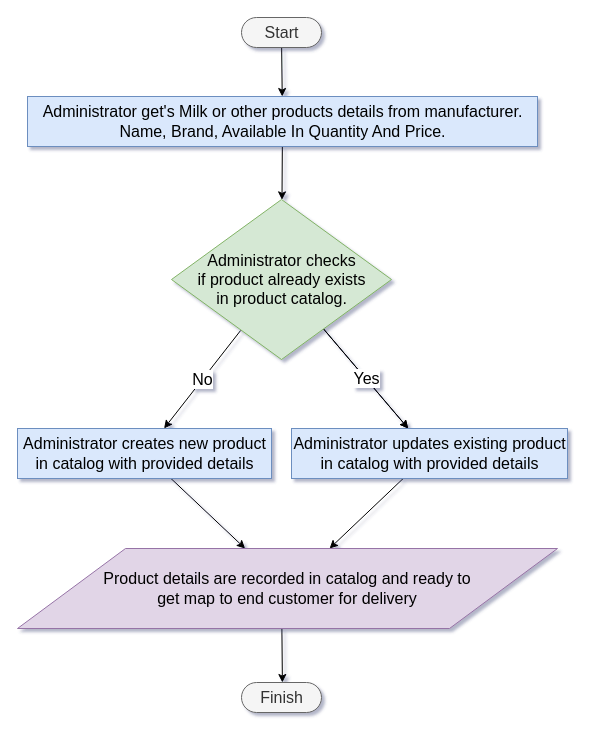
dudhwalas/dudhwala keeps this draw.io diagram as docs/diagram/product_creation_process.drawio. Above is the earlier version. Source tidied: cells renumbered, new cells numbered last; positions are measured from the earlier drawing's top-left corner, leaving out a move shared by most shapes. Both pictures are drawn from the tidied source at 100%, with x=0, y=0 at pixel (17, 17).
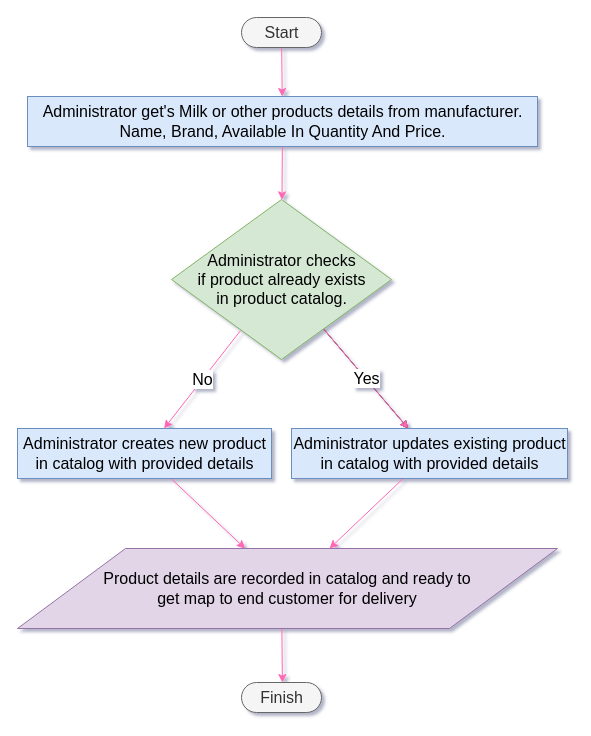
After the change.

Change to the diagram source:
```diff
@@
 <mxGraphModel shadow="1">
   <root>
     <mxCell id="0" />
     <mxCell id="1" parent="0" />
-    <mxCell id="2" style="edgeStyle=none;html=1;fontSize=16;rounded=0;" parent="1" edge="1" source="3" target="5">
+    <mxCell id="2" style="edgeStyle=none;html=1;fontSize=16;rounded=0;strokeColor=#FF66B3;" parent="1" edge="1" source="3" target="5">
       <mxGeometry relative="1" as="geometry" />
     </mxCell>
     <mxCell id="3" value="&lt;font style=&quot;font-size: 16px;&quot;&gt;Start&lt;/font&gt;" style="html=1;dashed=0;whitespace=wrap;shape=mxgraph.dfd.start;fillColor=#f5f5f5;fontColor=#333333;strokeColor=#666666;fontSize=16;rounded=0;" parent="1" vertex="1">
       <mxGeometry x="224" width="80" height="30" as="geometry" />
     </mxCell>
-    <mxCell id="4" style="edgeStyle=none;html=1;fontSize=16;rounded=0;" parent="1" edge="1" source="5" target="9">
+    <mxCell id="4" style="edgeStyle=none;html=1;fontSize=16;rounded=0;strokeColor=#FF66B3;" parent="1" edge="1" source="5" target="9">
       <mxGeometry relative="1" as="geometry" />
     </mxCell>
     <mxCell id="5" value="&lt;span class=&quot;nodeLabel&quot; style=&quot;font-size: 16px;&quot;&gt;Administrator get's Milk or other products details from manufacturer. &lt;br style=&quot;font-size: 16px;&quot;&gt; Name, Brand, Available In Quantity And Price.&lt;/span&gt;" style="html=1;dashed=0;whitespace=wrap;fillColor=#dae8fc;strokeColor=#6c8ebf;fontSize=16;rounded=0;" parent="1" vertex="1">
       <mxGeometry x="10" y="79" width="510" height="50" as="geometry" />
     </mxCell>
     <mxCell id="6" style="edgeStyle=none;html=1;fontSize=16;rounded=0;" parent="1" edge="1" source="9" target="13">
       <mxGeometry relative="1" as="geometry" />
     </mxCell>
-    <mxCell id="7" style="edgeStyle=none;html=1;fontSize=16;rounded=0;" parent="1" edge="1" source="9" target="13">
+    <mxCell id="7" style="edgeStyle=none;html=1;fontSize=16;rounded=0;strokeColor=#FF66B3;" parent="1" edge="1" source="9" target="13">
       <mxGeometry relative="1" as="geometry" />
     </mxCell>
     <mxCell id="8" value="Yes" style="edgeLabel;html=1;align=center;verticalAlign=middle;fontSize=16;rounded=0;" parent="7" vertex="1">
       <mxGeometry y="1" relative="1" as="geometry" />
     </mxCell>
     <mxCell id="9" value="&lt;span class=&quot;nodeLabel&quot; style=&quot;font-size: 16px;&quot;&gt;Administrator checks &lt;br style=&quot;font-size: 16px;&quot;&gt; if product already exists &lt;br style=&quot;font-size: 16px;&quot;&gt; in product catalog.&lt;/span&gt;" style="shape=rhombus;html=1;dashed=0;whitespace=wrap;perimeter=rhombusPerimeter;fillColor=#d5e8d4;strokeColor=#82b366;fontSize=16;rounded=0;" parent="1" vertex="1">
       <mxGeometry x="154" y="182" width="220" height="160" as="geometry" />
     </mxCell>
-    <mxCell id="10" style="edgeStyle=none;html=1;fontSize=16;rounded=0;" parent="1" edge="1" source="11" target="15">
+    <mxCell id="10" style="edgeStyle=none;html=1;fontSize=16;rounded=0;strokeColor=#FF66B3;" parent="1" edge="1" source="11" target="15">
       <mxGeometry relative="1" as="geometry" />
     </mxCell>
     <mxCell id="11" value="&lt;span class=&quot;nodeLabel&quot; style=&quot;font-size: 16px;&quot;&gt;Administrator creates new product &lt;br style=&quot;font-size: 16px;&quot;&gt; in catalog with provided details&lt;/span&gt;" style="html=1;dashed=0;whitespace=wrap;fillColor=#dae8fc;strokeColor=#6c8ebf;fontSize=16;rounded=0;" parent="1" vertex="1">
       <mxGeometry y="411" width="254" height="50" as="geometry" />
     </mxCell>
-    <mxCell id="12" style="edgeStyle=none;html=1;fontSize=16;rounded=0;" parent="1" edge="1" source="13" target="15">
+    <mxCell id="12" style="edgeStyle=none;html=1;fontSize=16;rounded=0;strokeColor=#FF66B3;" parent="1" edge="1" source="13" target="15">
       <mxGeometry relative="1" as="geometry" />
     </mxCell>
     <mxCell id="13" value="&lt;span class=&quot;nodeLabel&quot; style=&quot;font-size: 16px;&quot;&gt;Administrator updates existing product &lt;br style=&quot;font-size: 16px;&quot;&gt; in catalog with provided details&lt;/span&gt;" style="html=1;dashed=0;whitespace=wrap;fillColor=#dae8fc;strokeColor=#6c8ebf;fontSize=16;rounded=0;" parent="1" vertex="1">
       <mxGeometry x="274" y="411" width="276" height="50" as="geometry" />
     </mxCell>
-    <mxCell id="14" style="edgeStyle=none;html=1;fontSize=16;rounded=0;" parent="1" edge="1">
+    <mxCell id="14" style="edgeStyle=none;html=1;fontSize=16;rounded=0;strokeColor=#FF66B3;" parent="1" edge="1">
       <mxGeometry relative="1" as="geometry">
         <mxPoint x="264.4" y="611" as="sourcePoint" />
         <mxPoint x="264.9" y="665" as="targetPoint" />
       </mxGeometry>
     </mxCell>
     <mxCell id="15" value="&lt;span class=&quot;nodeLabel&quot; style=&quot;font-size: 16px;&quot;&gt;Product details are recorded in catalog and ready to &lt;br style=&quot;font-size: 16px;&quot;&gt; get map to end customer for delivery&lt;/span&gt;" style="shape=parallelogram;perimeter=parallelogramPerimeter;whiteSpace=wrap;html=1;dashed=0;fillColor=#e1d5e7;strokeColor=#9673a6;fontSize=16;rounded=0;" parent="1" vertex="1">
       <mxGeometry y="531" width="540" height="80" as="geometry" />
     </mxCell>
     <mxCell id="16" value="Finish" style="html=1;dashed=0;whitespace=wrap;shape=mxgraph.dfd.start;fillColor=#f5f5f5;fontColor=#333333;strokeColor=#666666;fontSize=16;rounded=0;" parent="1" vertex="1">
       <mxGeometry x="224" y="665" width="80" height="30" as="geometry" />
     </mxCell>
-    <mxCell id="17" value="No" style="edgeStyle=none;html=1;entryX=0.577;entryY=0;entryDx=0;entryDy=0;entryPerimeter=0;exitX=0.314;exitY=0.819;exitDx=0;exitDy=0;exitPerimeter=0;fontSize=16;rounded=0;" parent="1" edge="1" source="9" target="11">
+    <mxCell id="17" value="No" style="edgeStyle=none;html=1;entryX=0.577;entryY=0;entryDx=0;entryDy=0;entryPerimeter=0;exitX=0.314;exitY=0.819;exitDx=0;exitDy=0;exitPerimeter=0;fontSize=16;rounded=0;strokeColor=#FF66B3;" parent="1" edge="1" source="9" target="11">
       <mxGeometry relative="1" as="geometry" />
     </mxCell>
   </root>
 </mxGraphModel>
```
